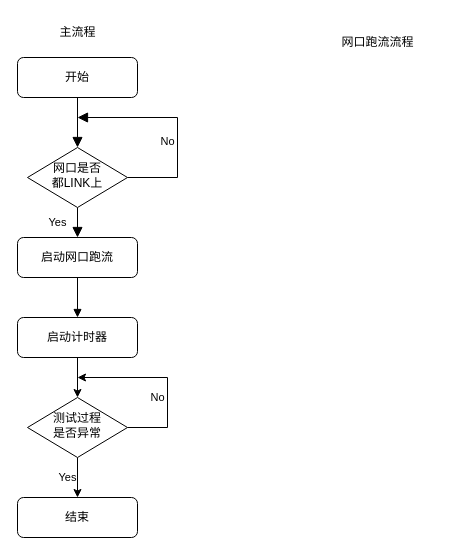
Earlier version of the draw.io diagram a300.drawio (waterwatermelon/graph). Source tidied: cells renumbered, new cells numbered last; positions are measured from the earlier drawing's top-left corner, leaving out a move shared by most shapes. Both pictures are drawn from the tidied source at 100%, with x=0, y=0 at pixel (17, 17).
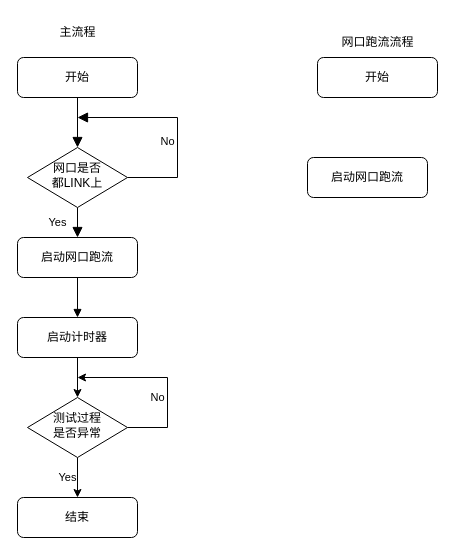
The same page after the edit.

What changed in the source:
```diff
@@
+    <mxCell id="17" value="开始" style="rounded=1;whiteSpace=wrap;html=1;fontSize=12;glass=0;strokeWidth=1;shadow=0;" parent="1" vertex="1">
+      <mxGeometry x="300" y="40" width="120" height="40" as="geometry" />
+    </mxCell>
+    <mxCell id="18" value="启动网口跑流" style="rounded=1;whiteSpace=wrap;html=1;fontSize=12;glass=0;strokeWidth=1;shadow=0;" parent="1" vertex="1">
+      <mxGeometry x="290" y="140" width="120" height="40" as="geometry" />
+    </mxCell>
```
